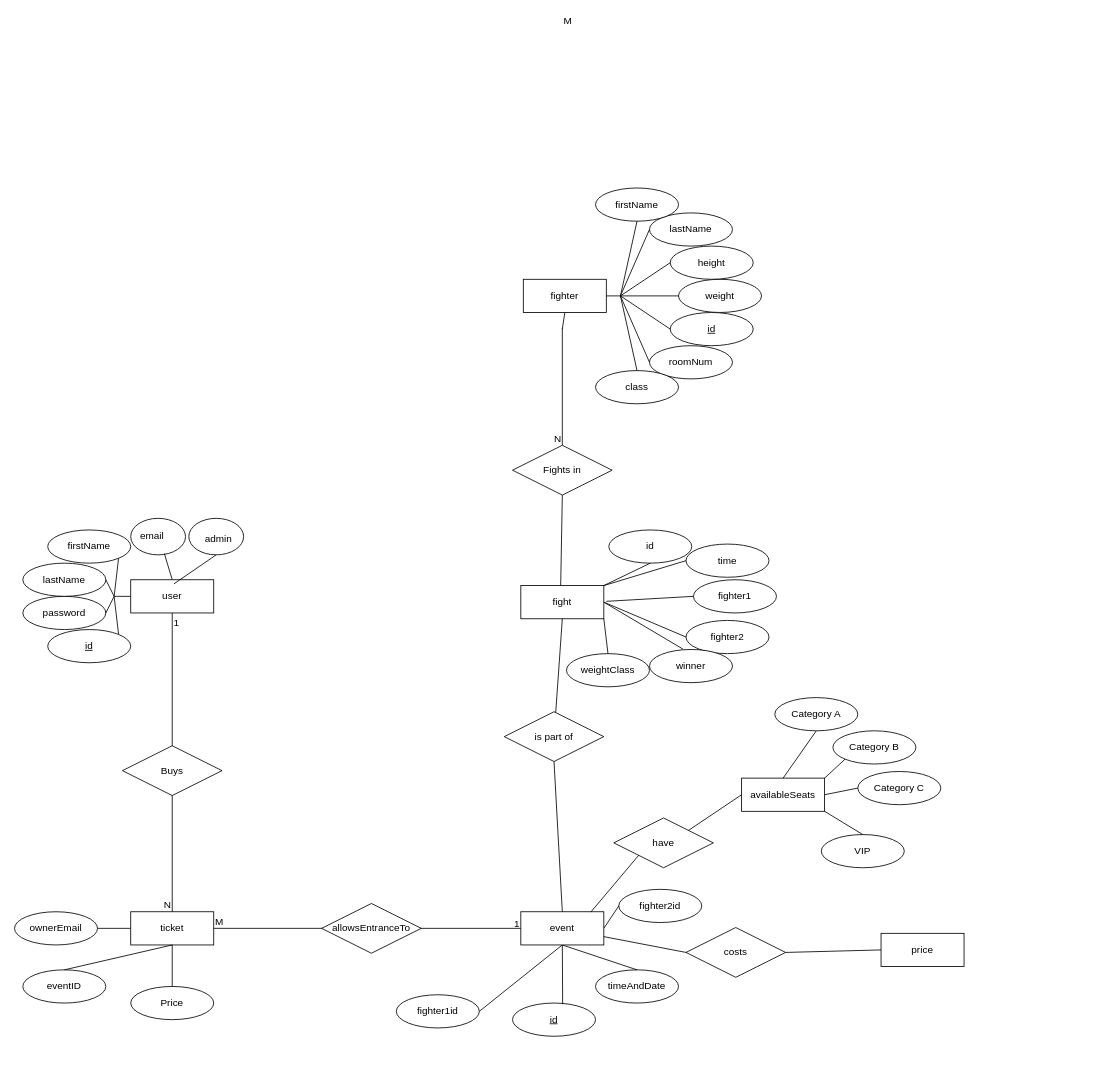
Above: ER diagram/erkursovoproektirane.drawio in MartoKartechnicata/kurs-ov_proekt (draw.io), before the change. Source tidied: cells renumbered, new cells numbered last; positions are measured from the earlier drawing's top-left corner, leaving out a move shared by most shapes. Both pictures are drawn from the tidied source at 83%, with x=0, y=0 at pixel (14, 188).
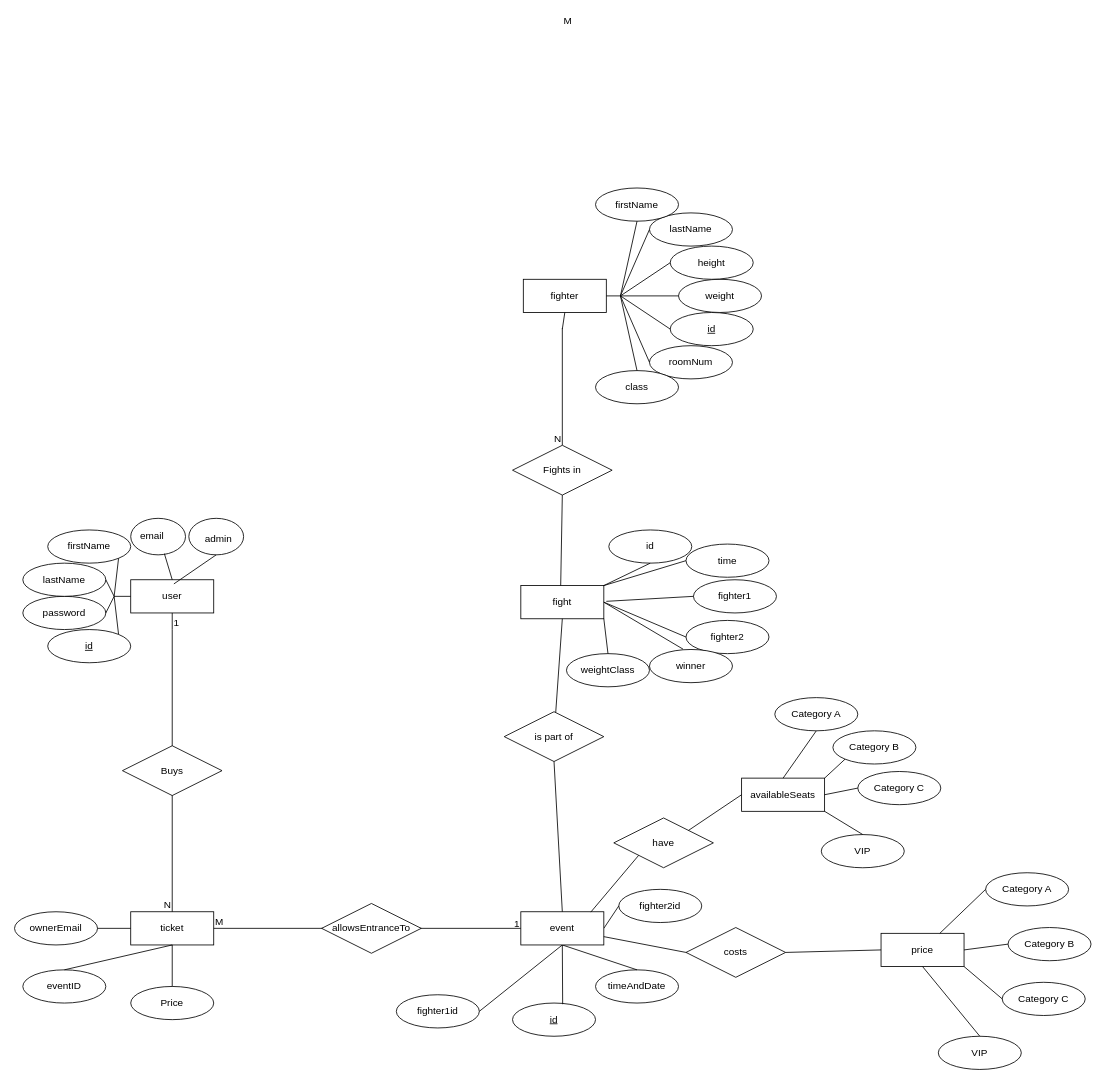
After the change.

The change refers to these unchanged cells:
```xml
<mxCell id="95" value="price" style="whiteSpace=wrap;html=1;align=center;" parent="1" vertex="1">
  <mxGeometry x="1044" y="898" width="100" height="40" as="geometry" />
</mxCell>
```

Change to the diagram source:
```diff
@@
+    <mxCell id="99" value="Category A" style="ellipse;whiteSpace=wrap;html=1;align=center;" parent="1" vertex="1">
+      <mxGeometry x="1170" y="825" width="100" height="40" as="geometry" />
+    </mxCell>
+    <mxCell id="100" value="Category B" style="ellipse;whiteSpace=wrap;html=1;align=center;" parent="1" vertex="1">
+      <mxGeometry x="1197" y="891" width="100" height="40" as="geometry" />
+    </mxCell>
+    <mxCell id="101" value="Category C" style="ellipse;whiteSpace=wrap;html=1;align=center;" parent="1" vertex="1">
+      <mxGeometry x="1190" y="957" width="100" height="40" as="geometry" />
+    </mxCell>
+    <mxCell id="102" value="VIP" style="ellipse;whiteSpace=wrap;html=1;align=center;" parent="1" vertex="1">
+      <mxGeometry x="1113" y="1022" width="100" height="40" as="geometry" />
+    </mxCell>
+    <mxCell id="103" style="endArrow=none;html=1;rounded=0;entryX=0.5;entryY=1;entryDx=0;entryDy=0;exitX=0.5;exitY=0;exitDx=0;exitDy=0;" parent="1" edge="1" source="102" target="95">
+      <mxGeometry relative="1" as="geometry" />
+    </mxCell>
+    <mxCell id="104" style="endArrow=none;html=1;rounded=0;entryX=1;entryY=1;entryDx=0;entryDy=0;exitX=0;exitY=0.5;exitDx=0;exitDy=0;" parent="1" edge="1" source="101" target="95">
+      <mxGeometry relative="1" as="geometry" />
+    </mxCell>
+    <mxCell id="105" style="endArrow=none;html=1;rounded=0;entryX=1;entryY=0.5;entryDx=0;entryDy=0;exitX=0;exitY=0.5;exitDx=0;exitDy=0;" parent="1" edge="1" source="100" target="95">
+      <mxGeometry relative="1" as="geometry" />
+    </mxCell>
+    <mxCell id="106" style="endArrow=none;html=1;rounded=0;entryX=0;entryY=0.5;entryDx=0;entryDy=0;" parent="1" edge="1" source="95" target="99">
+      <mxGeometry relative="1" as="geometry" />
+    </mxCell>
```
